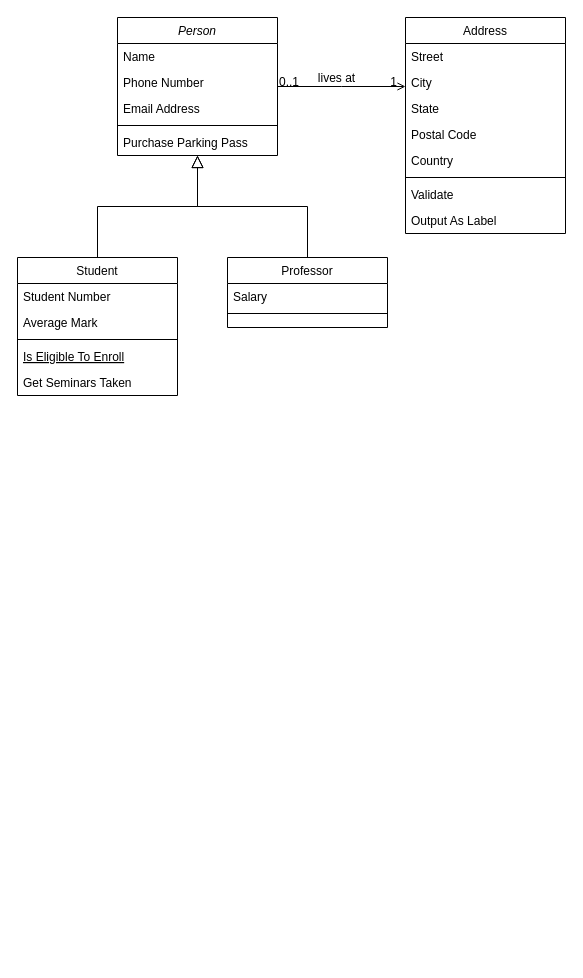
This is 未命名绘图.drawio from whf9527/test, a draw.io file, before an edit. Source tidied: cells renumbered, new cells numbered last; positions are measured from the earlier drawing's top-left corner, leaving out a move shared by most shapes. Both pictures are drawn from the tidied source at 100%, with x=0, y=0 at pixel (17, 17).
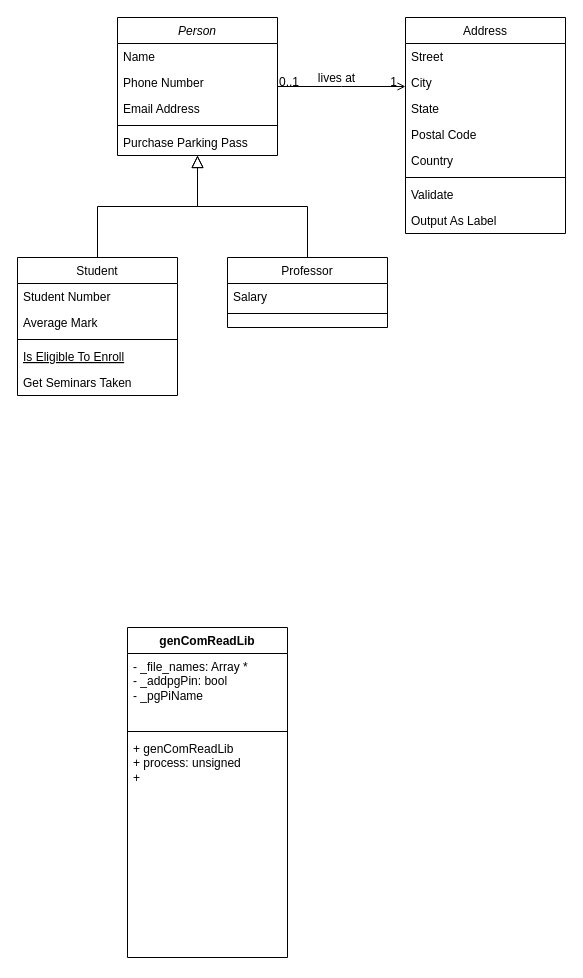
The same page after the edit.

Diff of the diagram source:
```diff
@@
+    <mxCell id="32" value="genComReadLib" style="swimlane;fontStyle=1;align=center;verticalAlign=top;horizontal=1;startSize=26;whiteSpace=wrap;html=1;" parent="1" vertex="1">
+      <mxGeometry x="110" y="610" width="160" height="330" as="geometry" />
+    </mxCell>
+    <mxCell id="33" value="- _file_names: Array *&lt;br&gt;- _addpgPin: bool&lt;br&gt;- _pgPiName" style="text;strokeColor=none;fillColor=none;align=left;verticalAlign=top;spacingLeft=4;spacingRight=4;overflow=hidden;whiteSpace=wrap;html=1;" parent="32" vertex="1">
+      <mxGeometry y="26" width="160" height="74" as="geometry" />
+    </mxCell>
+    <mxCell id="34" style="line;strokeWidth=1;fillColor=none;align=left;verticalAlign=middle;spacingTop=-1;spacingLeft=3;spacingRight=3;labelPosition=right;strokeColor=inherit;" parent="32" vertex="1">
+      <mxGeometry y="100" width="160" height="8" as="geometry" />
+    </mxCell>
+    <mxCell id="35" value="+&amp;nbsp;genComReadLib&lt;br&gt;+ process: unsigned&lt;br&gt;+" style="text;strokeColor=none;fillColor=none;align=left;verticalAlign=top;spacingLeft=4;spacingRight=4;overflow=hidden;whiteSpace=wrap;html=1;" parent="32" vertex="1">
+      <mxGeometry y="108" width="160" height="222" as="geometry" />
+    </mxCell>
```
